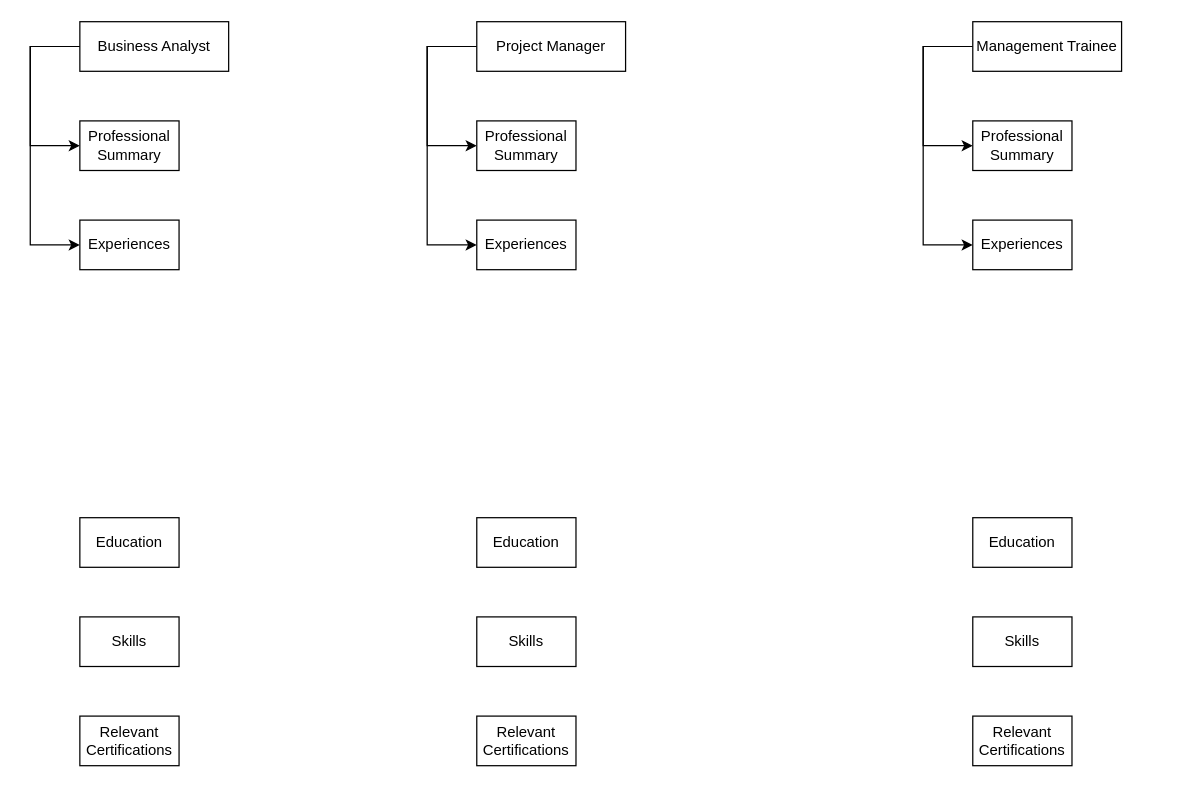
Above: page "Page-1" (1 of 3) of Personal.drawio in hanggaa/Diagram (draw.io), before the change. Source tidied: cells renumbered, new cells numbered last; positions are measured from the earlier drawing's top-left corner, leaving out a move shared by most shapes. Both pictures are drawn from the tidied source at 124%, with x=0, y=0 at pixel (30, 21).
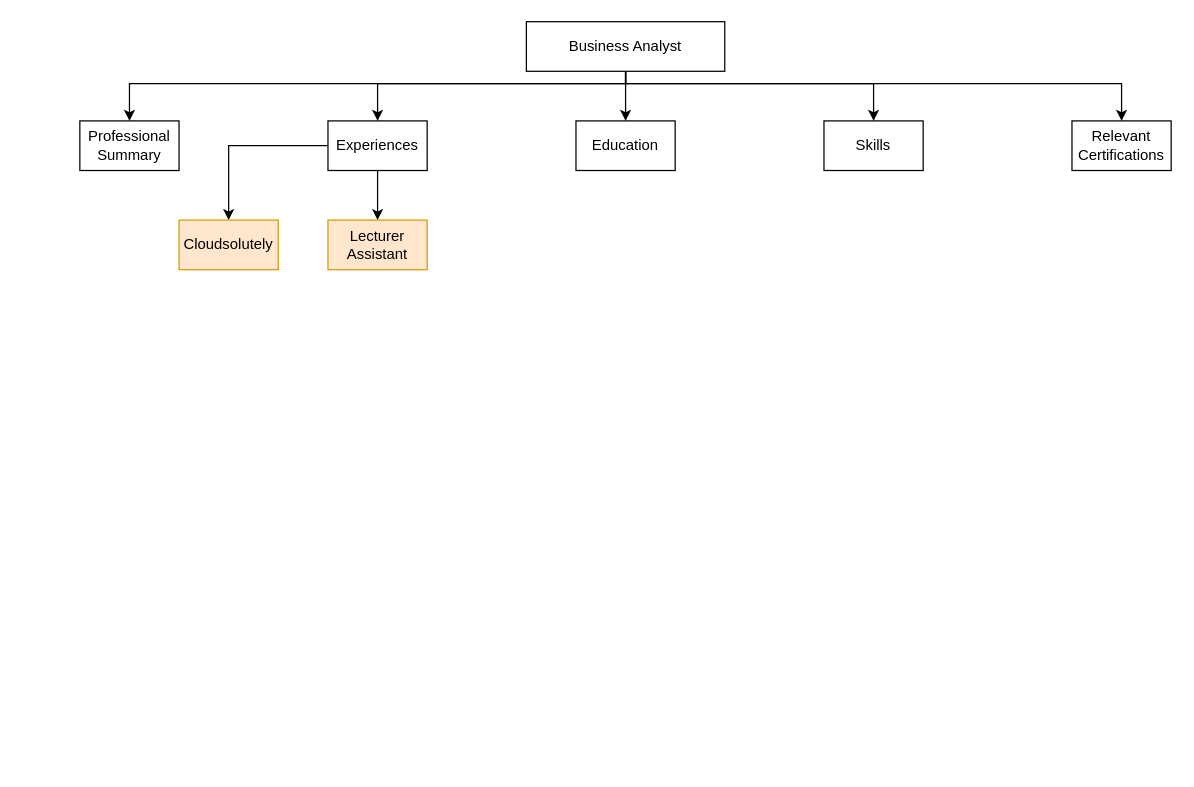
After the change.

Unchanged cells that the change refers to:
```xml
<mxCell id="11" value="Professional Summary" style="rounded=0;whiteSpace=wrap;html=1;" parent="1" vertex="1">
  <mxGeometry x="39.9" y="80" width="80" height="40" as="geometry" />
</mxCell>
```

The edit, as a diff of the source:
```diff
@@
-    <mxCell id="2" style="edgeStyle=orthogonalEdgeStyle;rounded=0;jettySize=auto;html=1;entryX=0;entryY=0.5;entryDx=0;entryDy=0;" parent="1" edge="1" source="4" target="11">
+    <mxCell id="2" style="edgeStyle=orthogonalEdgeStyle;rounded=0;jettySize=auto;html=1;entryX=0.5;entryY=0;entryDx=0;entryDy=0;" parent="1" edge="1" source="4" target="11">
       <mxGeometry relative="1" as="geometry">
         <Array as="points">
-          <mxPoint x="-0.1" y="20" />
-          <mxPoint x="-0.1" y="100" />
+          <mxPoint x="480" y="50" />
+          <mxPoint x="80" y="50" />
         </Array>
       </mxGeometry>
     </mxCell>
-    <mxCell id="3" style="edgeStyle=orthogonalEdgeStyle;rounded=0;jettySize=auto;html=1;entryX=0;entryY=0.5;entryDx=0;entryDy=0;" parent="1" edge="1" source="4" target="12">
+    <mxCell id="3" style="edgeStyle=orthogonalEdgeStyle;rounded=0;jettySize=auto;html=1;entryX=0.5;entryY=0;entryDx=0;entryDy=0;" parent="1" edge="1" source="4" target="12">
       <mxGeometry relative="1" as="geometry">
         <Array as="points">
-          <mxPoint x="-0.1" y="20" />
-          <mxPoint x="-0.1" y="180" />
+          <mxPoint x="480" y="50" />
+          <mxPoint x="280" y="50" />
         </Array>
       </mxGeometry>
     </mxCell>
+    <mxCell id="26" style="edgeStyle=orthogonalEdgeStyle;rounded=0;jettySize=auto;html=1;" parent="1" edge="1" source="4" target="13">
+      <mxGeometry relative="1" as="geometry" />
+    </mxCell>
+    <mxCell id="27" style="edgeStyle=orthogonalEdgeStyle;rounded=0;jettySize=auto;html=1;entryX=0.5;entryY=0;entryDx=0;entryDy=0;" parent="1" edge="1" source="4" target="14">
+      <mxGeometry relative="1" as="geometry">
+        <Array as="points">
+          <mxPoint x="480" y="50" />
+          <mxPoint x="680" y="50" />
+        </Array>
+      </mxGeometry>
+    </mxCell>
+    <mxCell id="28" style="edgeStyle=orthogonalEdgeStyle;rounded=0;jettySize=auto;html=1;" parent="1" edge="1" source="4" target="15">
+      <mxGeometry relative="1" as="geometry">
+        <Array as="points">
+          <mxPoint x="480" y="50" />
+          <mxPoint x="880" y="50" />
+        </Array>
+      </mxGeometry>
+    </mxCell>
     <mxCell id="4" value="Business Analyst" style="rounded=0;whiteSpace=wrap;html=1;" parent="1" vertex="1">
-      <mxGeometry x="39.9" width="120" height="40" as="geometry" />
+      <mxGeometry x="400" width="160" height="40" as="geometry" />
     </mxCell>
-    <mxCell id="5" style="edgeStyle=orthogonalEdgeStyle;rounded=0;jettySize=auto;html=1;entryX=0;entryY=0.5;entryDx=0;entryDy=0;" parent="1" edge="1" source="7" target="16">
-      <mxGeometry relative="1" as="geometry">
-        <Array as="points">
-          <mxPoint x="320" y="20" />
-          <mxPoint x="320" y="100" />
-        </Array>
-      </mxGeometry>
-    </mxCell>
-    <mxCell id="6" style="edgeStyle=orthogonalEdgeStyle;rounded=0;jettySize=auto;html=1;entryX=0;entryY=0.5;entryDx=0;entryDy=0;" parent="1" edge="1" source="7" target="17">
-      <mxGeometry relative="1" as="geometry">
-        <Array as="points">
-          <mxPoint x="320" y="20" />
-          <mxPoint x="320" y="180" />
-        </Array>
-      </mxGeometry>
-    </mxCell>
-    <mxCell id="7" value="Project Manager" style="rounded=0;whiteSpace=wrap;html=1;" parent="1" vertex="1">
-      <mxGeometry x="360" width="120" height="40" as="geometry" />
-    </mxCell>
-    <mxCell id="8" style="edgeStyle=orthogonalEdgeStyle;rounded=0;jettySize=auto;html=1;entryX=0;entryY=0.5;entryDx=0;entryDy=0;" parent="1" edge="1" source="10" target="21">
-      <mxGeometry relative="1" as="geometry">
-        <Array as="points">
-          <mxPoint x="720" y="20" />
-          <mxPoint x="720" y="100" />
-        </Array>
-      </mxGeometry>
-    </mxCell>
-    <mxCell id="9" style="edgeStyle=orthogonalEdgeStyle;rounded=0;jettySize=auto;html=1;entryX=0;entryY=0.5;entryDx=0;entryDy=0;" parent="1" edge="1" source="10" target="22">
-      <mxGeometry relative="1" as="geometry">
-        <Array as="points">
-          <mxPoint x="720" y="20" />
-          <mxPoint x="720" y="180" />
-        </Array>
-      </mxGeometry>
-    </mxCell>
-    <mxCell id="10" value="Management Trainee" style="rounded=0;whiteSpace=wrap;html=1;" parent="1" vertex="1">
-      <mxGeometry x="760" width="120" height="40" as="geometry" />
-    </mxCell>
@@
+    <mxCell id="29" style="edgeStyle=orthogonalEdgeStyle;rounded=0;jettySize=auto;html=1;entryX=0.5;entryY=0;entryDx=0;entryDy=0;" parent="1" edge="1" source="12" target="31">
+      <mxGeometry relative="1" as="geometry" />
+    </mxCell>
+    <mxCell id="30" style="edgeStyle=orthogonalEdgeStyle;rounded=0;jettySize=auto;html=1;entryX=0.5;entryY=0;entryDx=0;entryDy=0;" parent="1" edge="1" source="12" target="32">
+      <mxGeometry relative="1" as="geometry" />
+    </mxCell>
     <mxCell id="12" value="Experiences" style="rounded=0;whiteSpace=wrap;html=1;" parent="1" vertex="1">
-      <mxGeometry x="39.9" y="160" width="80" height="40" as="geometry" />
+      <mxGeometry x="240" y="80" width="80" height="40" as="geometry" />
     </mxCell>
     <mxCell id="13" value="Education" style="rounded=0;whiteSpace=wrap;html=1;" parent="1" vertex="1">
-      <mxGeometry x="39.9" y="400" width="80" height="40" as="geometry" />
+      <mxGeometry x="440" y="80" width="80" height="40" as="geometry" />
     </mxCell>
     <mxCell id="14" value="Skills" style="rounded=0;whiteSpace=wrap;html=1;" parent="1" vertex="1">
-      <mxGeometry x="39.9" y="480" width="80" height="40" as="geometry" />
+      <mxGeometry x="640" y="80" width="80" height="40" as="geometry" />
     </mxCell>
     <mxCell id="15" value="Relevant Certifications" style="rounded=0;whiteSpace=wrap;html=1;" parent="1" vertex="1">
-      <mxGeometry x="39.9" y="560" width="80" height="40" as="geometry" />
+      <mxGeometry x="840" y="80" width="80" height="40" as="geometry" />
     </mxCell>
-    <mxCell id="16" value="Professional Summary" style="rounded=0;whiteSpace=wrap;html=1;" parent="1" vertex="1">
-      <mxGeometry x="360" y="80" width="80" height="40" as="geometry" />
-    </mxCell>
-    <mxCell id="17" value="Experiences" style="rounded=0;whiteSpace=wrap;html=1;" parent="1" vertex="1">
-      <mxGeometry x="360" y="160" width="80" height="40" as="geometry" />
-    </mxCell>
-    <mxCell id="18" value="Education" style="rounded=0;whiteSpace=wrap;html=1;" parent="1" vertex="1">
-      <mxGeometry x="360" y="400" width="80" height="40" as="geometry" />
-    </mxCell>
-    <mxCell id="19" value="Skills" style="rounded=0;whiteSpace=wrap;html=1;" parent="1" vertex="1">
-      <mxGeometry x="360" y="480" width="80" height="40" as="geometry" />
-    </mxCell>
-    <mxCell id="20" value="Relevant Certifications" style="rounded=0;whiteSpace=wrap;html=1;" parent="1" vertex="1">
-      <mxGeometry x="360" y="560" width="80" height="40" as="geometry" />
-    </mxCell>
-    <mxCell id="21" value="Professional Summary" style="rounded=0;whiteSpace=wrap;html=1;" parent="1" vertex="1">
-      <mxGeometry x="760" y="80" width="80" height="40" as="geometry" />
-    </mxCell>
-    <mxCell id="22" value="Experiences" style="rounded=0;whiteSpace=wrap;html=1;" parent="1" vertex="1">
-      <mxGeometry x="760" y="160" width="80" height="40" as="geometry" />
-    </mxCell>
-    <mxCell id="23" value="Education" style="rounded=0;whiteSpace=wrap;html=1;" parent="1" vertex="1">
-      <mxGeometry x="760" y="400" width="80" height="40" as="geometry" />
-    </mxCell>
-    <mxCell id="24" value="Skills" style="rounded=0;whiteSpace=wrap;html=1;" parent="1" vertex="1">
-      <mxGeometry x="760" y="480" width="80" height="40" as="geometry" />
-    </mxCell>
-    <mxCell id="25" value="Relevant Certifications" style="rounded=0;whiteSpace=wrap;html=1;" parent="1" vertex="1">
-      <mxGeometry x="760" y="560" width="80" height="40" as="geometry" />
-    </mxCell>
+    <mxCell id="31" value="Cloudsolutely" style="rounded=0;whiteSpace=wrap;html=1;fillColor=#ffe6cc;strokeColor=#d79b00;" parent="1" vertex="1">
+      <mxGeometry x="119.9" y="160" width="80" height="40" as="geometry" />
+    </mxCell>
+    <mxCell id="32" value="Lecturer Assistant" style="rounded=0;whiteSpace=wrap;html=1;fillColor=#ffe6cc;strokeColor=#d79b00;" parent="1" vertex="1">
+      <mxGeometry x="240" y="160" width="80" height="40" as="geometry" />
+    </mxCell>
```
